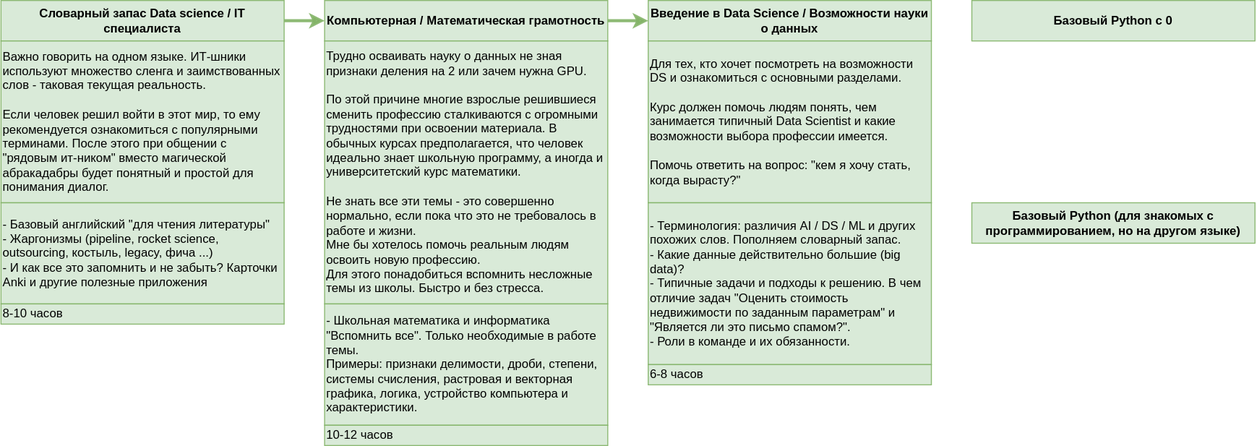
This is courses.drawio.svg from ryndovaira-org/data_science_lectures, a draw.io export, as it was before one commit. Source tidied: cells renumbered, new cells last; positions are measured from the earlier drawing's top-left corner, leaving out a move shared by most shapes.
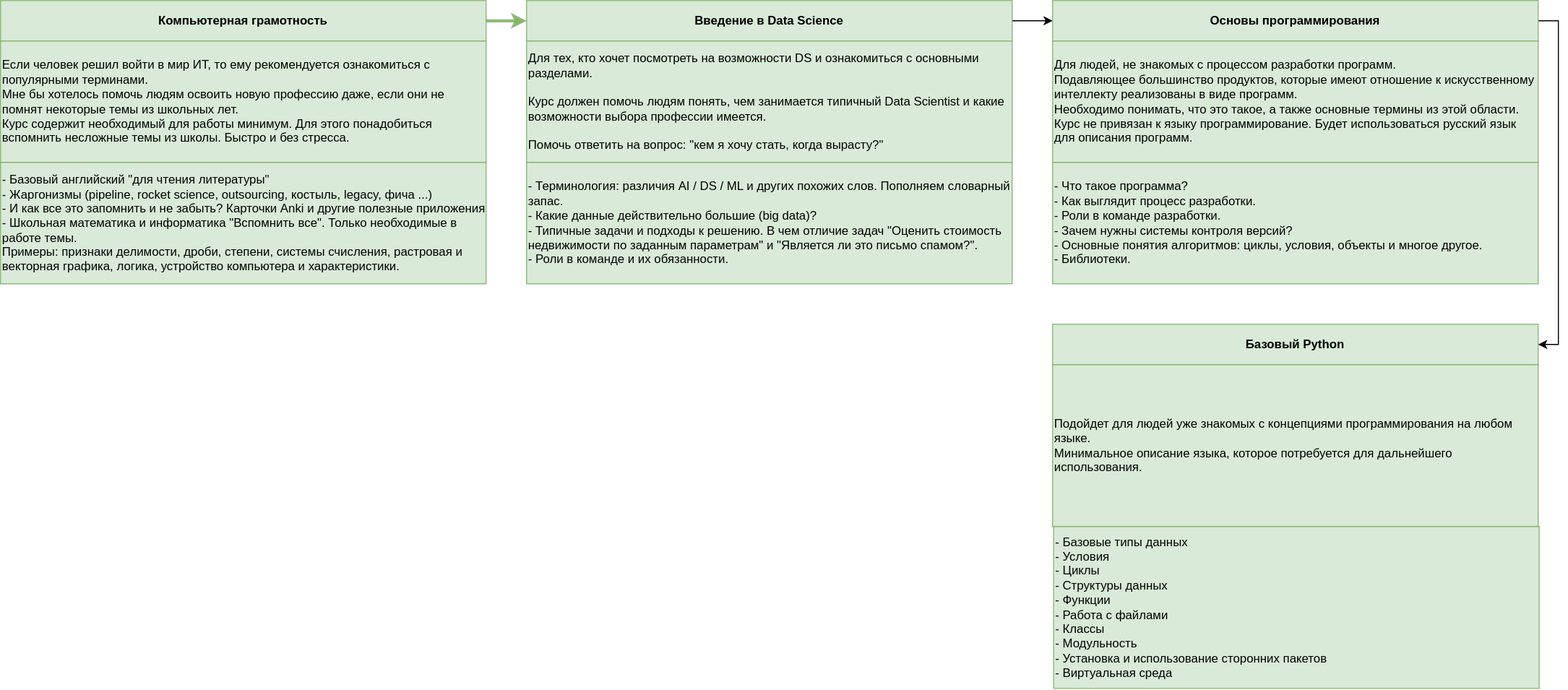
After the commit.

Diff of the diagram source:
```diff
@@ -2,53 +2,50 @@
   <root>
     <mxCell id="0" />
     <mxCell id="1" parent="0" />
-    <mxCell id="2" style="edgeStyle=orthogonalEdgeStyle;rounded=0;jettySize=auto;html=1;exitX=1;exitY=0.5;exitDx=0;exitDy=0;strokeWidth=3;fillColor=#d5e8d4;strokeColor=#82b366;opacity=90;" parent="1" edge="1" source="3" target="6">
-      <mxGeometry relative="1" as="geometry" />
-    </mxCell>
-    <mxCell id="3" value="Словарный запас Data science / IT специалиста" style="rounded=0;whiteSpace=wrap;html=1;fillColor=#d5e8d4;strokeColor=#82b366;opacity=90;fontStyle=1;" parent="1" vertex="1">
-      <mxGeometry width="280" height="40" as="geometry" />
-    </mxCell>
-    <mxCell id="4" value="Важно говорить на одном языке. ИТ-шники используют множество сленга и заимствованных слов - таковая текущая реальность.&amp;nbsp;&lt;br&gt;&lt;br&gt;Если человек решил войти в этот мир, то ему рекомендуется ознакомиться с популярными терминами. После этого при общении с &quot;рядовым ит-ником&quot; вместо магической абракадабры будет понятный и простой для понимания диалог." style="rounded=0;whiteSpace=wrap;html=1;fillColor=#d5e8d4;align=left;strokeColor=#82b366;opacity=90;" parent="1" vertex="1">
-      <mxGeometry y="40" width="280" height="160" as="geometry" />
-    </mxCell>
-    <mxCell id="5" style="edgeStyle=orthogonalEdgeStyle;rounded=0;jettySize=auto;html=1;exitX=1;exitY=0.5;exitDx=0;exitDy=0;strokeWidth=3;fillColor=#d5e8d4;strokeColor=#82b366;opacity=90;" parent="1" edge="1" source="6" target="8">
+    <mxCell id="5" style="edgeStyle=orthogonalEdgeStyle;rounded=0;jettySize=auto;html=1;exitX=1;exitY=0.5;exitDx=0;exitDy=0;strokeWidth=3;fillColor=#d5e8d4;strokeColor=#82b366;opacity=90;entryX=0;entryY=0.5;entryDx=0;entryDy=0;" parent="1" edge="1" source="6" target="8">
       <mxGeometry relative="1" as="geometry" />
     </mxCell>
-    <mxCell id="6" value="Компьютерная / Математическая грамотность" style="rounded=0;whiteSpace=wrap;html=1;fillColor=#d5e8d4;strokeColor=#82b366;opacity=90;fontStyle=1;" parent="1" vertex="1">
-      <mxGeometry x="320" width="280" height="40" as="geometry" />
+    <mxCell id="6" value="Компьютерная грамотность" style="rounded=0;whiteSpace=wrap;html=1;fillColor=#d5e8d4;strokeColor=#82b366;opacity=90;fontStyle=1;" parent="1" vertex="1">
+      <mxGeometry width="480" height="40" as="geometry" />
     </mxCell>
-    <mxCell id="7" value="Трудно осваивать науку о данных не зная признаки деления на 2 или зачем нужна GPU. &lt;br&gt;&lt;br&gt;По этой причине многие взрослые решившиеся сменить профессию сталкиваются с огромными трудностями при освоении материала. В обычных курсах предполагается, что человек идеально знает школьную программу, а иногда и университетский курс математики.&amp;nbsp;&lt;br&gt;&lt;br&gt;Не знать все эти темы - это совершенно нормально, если пока что это не требовалось в работе и жизни.&lt;br&gt;Мне бы хотелось помочь реальным людям освоить новую профессию.&amp;nbsp;&lt;br&gt;Для этого понадобиться вспомнить несложные темы из школы. Быстро и без стресса." style="rounded=0;whiteSpace=wrap;html=1;fillColor=#d5e8d4;align=left;strokeColor=#82b366;opacity=90;" parent="1" vertex="1">
-      <mxGeometry x="320" y="40" width="280" height="260" as="geometry" />
+    <mxCell id="7" value="Если человек решил войти в мир ИТ, то ему рекомендуется ознакомиться с популярными терминами.&amp;nbsp;&lt;br&gt;Мне бы хотелось помочь людям освоить новую профессию даже, если они не помнят некоторые темы из школьных лет. &lt;br&gt;Курс содержит необходимый для работы минимум. Для этого понадобиться вспомнить несложные темы из школы. Быстро и без стресса." style="rounded=0;whiteSpace=wrap;html=1;fillColor=#d5e8d4;align=left;strokeColor=#82b366;opacity=90;" parent="1" vertex="1">
+      <mxGeometry y="40" width="480" height="120" as="geometry" />
     </mxCell>
+    <mxCell id="18" style="edgeStyle=orthogonalEdgeStyle;rounded=0;jettySize=auto;html=1;exitX=1;exitY=0.5;exitDx=0;exitDy=0;entryX=0;entryY=0.5;entryDx=0;entryDy=0;" parent="1" edge="1" source="8" target="20">
+      <mxGeometry relative="1" as="geometry" />
+    </mxCell>
-    <mxCell id="8" value="Введение в Data Science / Возможности науки о данных" style="rounded=0;whiteSpace=wrap;html=1;fillColor=#d5e8d4;strokeColor=#82b366;opacity=90;fontStyle=1;" parent="1" vertex="1">
-      <mxGeometry x="640" width="280" height="40" as="geometry" />
+    <mxCell id="8" value="Введение в Data Science" style="rounded=0;whiteSpace=wrap;html=1;fillColor=#d5e8d4;strokeColor=#82b366;opacity=90;fontStyle=1;" parent="1" vertex="1">
+      <mxGeometry x="520" width="480" height="40" as="geometry" />
     </mxCell>
     <mxCell id="9" value="Для тех, кто хочет посмотреть на возможности DS и ознакомиться с основными разделами.&lt;br&gt;&lt;br&gt;Курс должен помочь людям понять, чем занимается типичный Data Scientist и какие возможности выбора профессии имеется.&lt;br&gt;&lt;br&gt;Помочь ответить на вопрос: &quot;кем я хочу стать, когда вырасту?&quot;" style="rounded=0;whiteSpace=wrap;html=1;fillColor=#d5e8d4;align=left;strokeColor=#82b366;opacity=90;" parent="1" vertex="1">
-      <mxGeometry x="640" y="40" width="280" height="160" as="geometry" />
+      <mxGeometry x="520" y="40" width="480" height="120" as="geometry" />
     </mxCell>
-    <mxCell id="10" value="- Базовый английский &quot;для чтения литературы&quot;&lt;br&gt;- Жаргонизмы (pipeline, rocket science, outsourcing, костыль, legacy, фича ...)&lt;br&gt;- И как все это запомнить и не забыть? Карточки Anki и другие полезные приложения" style="rounded=0;whiteSpace=wrap;html=1;fillColor=#d5e8d4;align=left;strokeColor=#82b366;opacity=90;" parent="1" vertex="1">
-      <mxGeometry y="200" width="280" height="100" as="geometry" />
-    </mxCell>
-    <mxCell id="11" value="- Школьная математика и информатика &quot;Вспомнить все&quot;. Только необходимые в работе темы. &lt;br&gt;Примеры: признаки делимости, дроби, степени, системы счисления, растровая и векторная графика, логика, устройство компьютера и характеристики." style="rounded=0;whiteSpace=wrap;html=1;fillColor=#d5e8d4;align=left;strokeColor=#82b366;opacity=90;" parent="1" vertex="1">
-      <mxGeometry x="320" y="300" width="280" height="120" as="geometry" />
+    <mxCell id="11" value="- Базовый английский &quot;для чтения литературы&quot;&lt;br style=&quot;border-color: var(--border-color);&quot;&gt;- Жаргонизмы (pipeline, rocket science, outsourcing, костыль, legacy, фича ...)&lt;br style=&quot;border-color: var(--border-color);&quot;&gt;- И как все это запомнить и не забыть? Карточки Anki и другие полезные приложения&lt;br&gt;- Школьная математика и информатика &quot;Вспомнить все&quot;. Только необходимые в работе темы. &lt;br&gt;Примеры: признаки делимости, дроби, степени, системы счисления, растровая и векторная графика, логика, устройство компьютера и характеристики." style="rounded=0;whiteSpace=wrap;html=1;fillColor=#d5e8d4;align=left;strokeColor=#82b366;opacity=90;" parent="1" vertex="1">
+      <mxGeometry y="160" width="480" height="120" as="geometry" />
     </mxCell>
     <mxCell id="12" value="- Терминология:&amp;nbsp;различия AI / DS / ML и других похожих слов. Пополняем словарный запас.&lt;br&gt;- Какие данные действительно большие (big data)?&lt;br&gt;- Типичные задачи и подходы к решению. В чем отличие задач &quot;Оценить стоимость недвижимости по заданным параметрам&quot; и &quot;Является ли это письмо спамом?&quot;.&lt;br&gt;- Роли в команде и их обязанности." style="rounded=0;whiteSpace=wrap;html=1;fillColor=#d5e8d4;align=left;strokeColor=#82b366;opacity=90;" parent="1" vertex="1">
-      <mxGeometry x="640" y="200" width="280" height="160" as="geometry" />
+      <mxGeometry x="520" y="160" width="480" height="120" as="geometry" />
     </mxCell>
-    <mxCell id="13" value="Базовый Python с 0" style="rounded=0;whiteSpace=wrap;html=1;fillColor=#d5e8d4;strokeColor=#82b366;opacity=90;fontStyle=1;" parent="1" vertex="1">
-      <mxGeometry x="960" width="280" height="40" as="geometry" />
-    </mxCell>
-    <mxCell id="14" value="Базовый Python (для знакомых с программированием, но на другом языке)" style="rounded=0;whiteSpace=wrap;html=1;fillColor=#d5e8d4;strokeColor=#82b366;opacity=90;fontStyle=1;" parent="1" vertex="1">
-      <mxGeometry x="960" y="200" width="280" height="40" as="geometry" />
+    <mxCell id="14" value="Базовый Python" style="rounded=0;whiteSpace=wrap;html=1;fillColor=#d5e8d4;strokeColor=#82b366;opacity=90;fontStyle=1;" parent="1" vertex="1">
+      <mxGeometry x="1040" y="320" width="480" height="40" as="geometry" />
     </mxCell>
-    <mxCell id="15" value="8-10 часов" style="rounded=0;whiteSpace=wrap;html=1;fillColor=#d5e8d4;align=left;strokeColor=#82b366;opacity=90;" parent="1" vertex="1">
-      <mxGeometry y="300" width="280" height="20" as="geometry" />
-    </mxCell>
-    <mxCell id="16" value="10-12 часов" style="rounded=0;whiteSpace=wrap;html=1;fillColor=#d5e8d4;align=left;strokeColor=#82b366;opacity=90;" parent="1" vertex="1">
-      <mxGeometry x="320" y="420" width="280" height="20" as="geometry" />
-    </mxCell>
-    <mxCell id="17" value="6-8 часов" style="rounded=0;whiteSpace=wrap;html=1;fillColor=#d5e8d4;align=left;strokeColor=#82b366;opacity=90;" parent="1" vertex="1">
-      <mxGeometry x="640" y="360" width="280" height="20" as="geometry" />
-    </mxCell>
+    <mxCell id="19" style="edgeStyle=orthogonalEdgeStyle;rounded=0;jettySize=auto;html=1;exitX=1;exitY=0.5;exitDx=0;exitDy=0;entryX=1;entryY=0.5;entryDx=0;entryDy=0;" parent="1" edge="1" source="20" target="14">
+      <mxGeometry relative="1" as="geometry" />
+    </mxCell>
+    <mxCell id="20" value="Основы программирования" style="rounded=0;whiteSpace=wrap;html=1;fillColor=#d5e8d4;strokeColor=#82b366;opacity=90;fontStyle=1;" parent="1" vertex="1">
+      <mxGeometry x="1040" width="480" height="40" as="geometry" />
+    </mxCell>
+    <mxCell id="21" value="Для людей, не знакомых с процессом разработки программ.&amp;nbsp;&lt;br&gt;Подавляющее большинство продуктов, которые имеют отношение к искусственному интеллекту реализованы в виде программ.&lt;br&gt;Необходимо понимать, что это такое, а также основные термины из этой области.&lt;br&gt;Курс не привязан к языку программирование. Будет использоваться русский язык для описания программ." style="rounded=0;whiteSpace=wrap;html=1;fillColor=#d5e8d4;align=left;strokeColor=#82b366;opacity=90;" parent="1" vertex="1">
+      <mxGeometry x="1040" y="40" width="480" height="120" as="geometry" />
+    </mxCell>
+    <mxCell id="22" value="- Что такое программа?&lt;br&gt;- Как выглядит процесс разработки.&lt;br&gt;- Роли в команде разработки.&lt;br&gt;- Зачем нужны системы контроля версий?&lt;br&gt;- Основные понятия алгоритмов: циклы, условия, объекты и многое другое.&lt;br&gt;- Библиотеки.&amp;nbsp;" style="rounded=0;whiteSpace=wrap;html=1;fillColor=#d5e8d4;align=left;strokeColor=#82b366;opacity=90;" parent="1" vertex="1">
+      <mxGeometry x="1040" y="160" width="480" height="120" as="geometry" />
+    </mxCell>
+    <mxCell id="23" value="Подойдет для людей уже знакомых с концепциями программирования на любом языке.&lt;br&gt;Минимальное описание языка, которое потребуется для дальнейшего использования." style="rounded=0;whiteSpace=wrap;html=1;fillColor=#d5e8d4;align=left;strokeColor=#82b366;opacity=90;" parent="1" vertex="1">
+      <mxGeometry x="1040" y="360" width="480" height="160" as="geometry" />
+    </mxCell>
+    <mxCell id="24" value="- Базовые типы данных&lt;br&gt;- Условия&lt;br&gt;- Циклы&lt;br&gt;- Структуры данных&lt;br&gt;- Функции&lt;br&gt;- Работа с файлами&lt;br&gt;- Классы&lt;br&gt;- Модульность&lt;br&gt;- Установка и использование сторонних пакетов&lt;br&gt;- Виртуальная среда" style="rounded=0;whiteSpace=wrap;html=1;fillColor=#d5e8d4;align=left;strokeColor=#82b366;opacity=90;" parent="1" vertex="1">
+      <mxGeometry x="1041" y="520" width="480" height="160" as="geometry" />
+    </mxCell>
   </root>
 </mxGraphModel>
```
